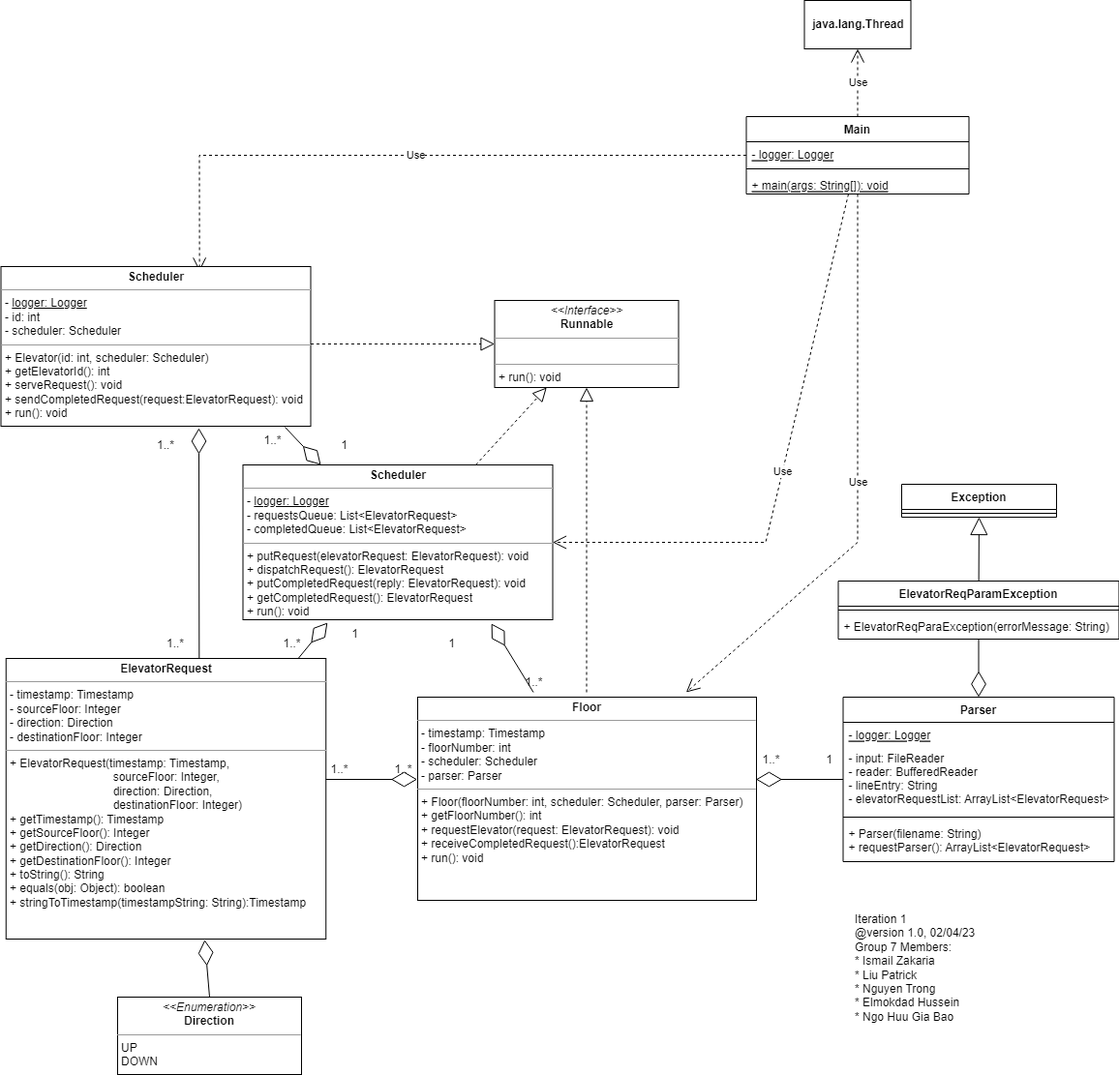
bobbyngo/Elevator-Control-System-And-Simulator keeps this draw.io diagram as documentation/P1-UML-class.drawio.png. Above is the earlier version. Source tidied: cells renumbered, new cells last; positions are measured from the earlier drawing's top-left corner, leaving out a move shared by most shapes.
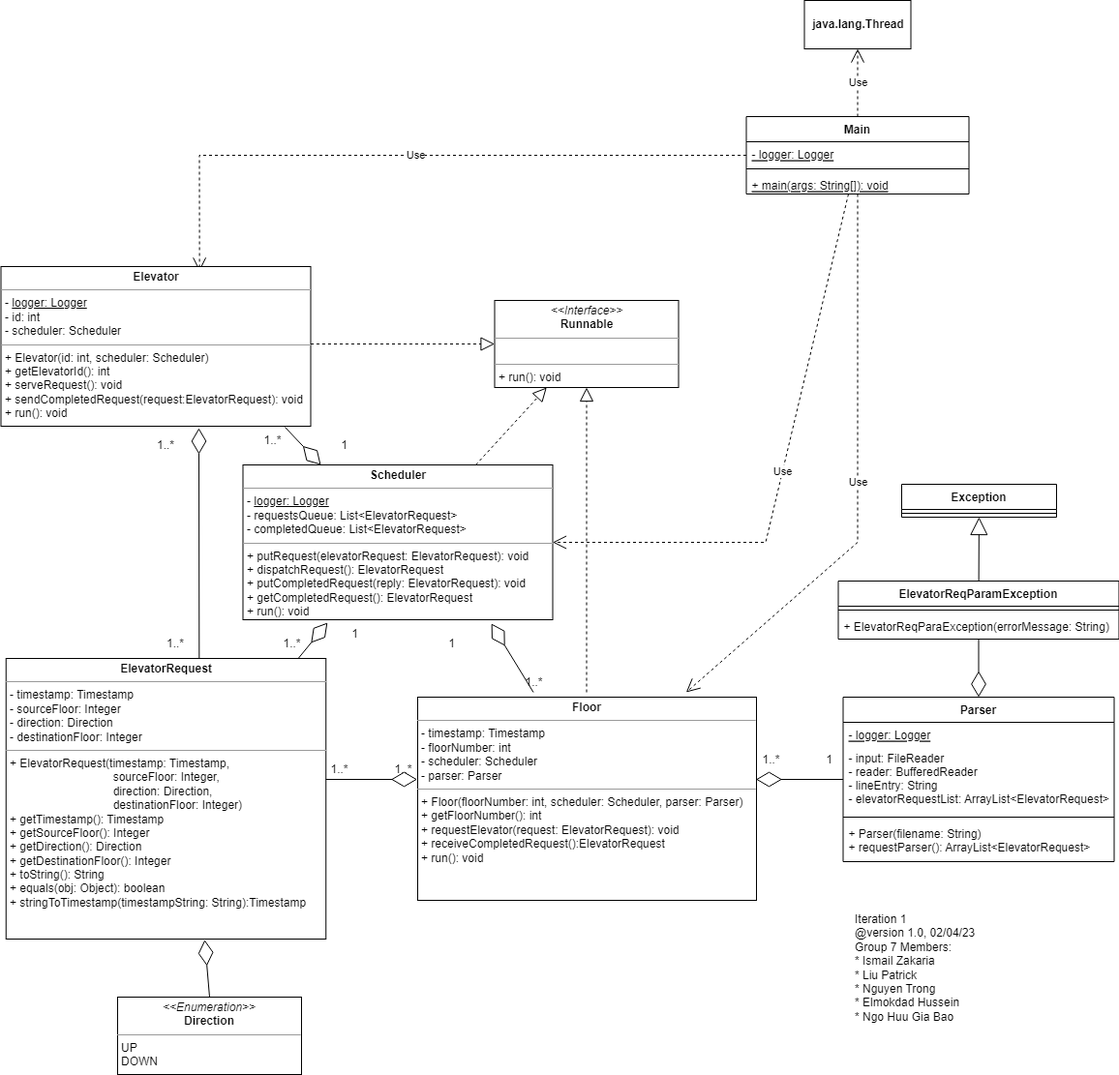
After the change.

Commit message:
update UML class diagram

The edit, as a diff of the source:
```diff
@@ -173,7 +173,7 @@
     <mxCell id="47" value="&lt;p style=&quot;margin:0px;margin-top:4px;text-align:center;&quot;&gt;&lt;b&gt;Scheduler&lt;/b&gt;&lt;br&gt;&lt;/p&gt;&lt;hr size=&quot;1&quot;&gt;&lt;p style=&quot;margin:0px;margin-left:4px;&quot;&gt;- &lt;u&gt;logger: Logger&lt;/u&gt;&lt;br&gt;&lt;/p&gt;&lt;p style=&quot;margin:0px;margin-left:4px;&quot;&gt;- requestsQueue: List&amp;lt;ElevatorRequest&amp;gt;&lt;br&gt;&lt;/p&gt;&lt;p style=&quot;margin:0px;margin-left:4px;&quot;&gt;- completedQueue: List&amp;lt;ElevatorRequest&amp;gt;&lt;br&gt;&lt;/p&gt;&lt;hr size=&quot;1&quot;&gt;&lt;p style=&quot;margin:0px;margin-left:4px;&quot;&gt;+ putRequest(elevatorRequest: ElevatorRequest): void&lt;/p&gt;&lt;p style=&quot;margin:0px;margin-left:4px;&quot;&gt;+ dispatchRequest(): ElevatorRequest&lt;/p&gt;&lt;p style=&quot;margin:0px;margin-left:4px;&quot;&gt;+ putCompletedRequest(reply: ElevatorRequest): void&lt;/p&gt;&lt;p style=&quot;margin:0px;margin-left:4px;&quot;&gt;+ getCompletedRequest(): ElevatorRequest&lt;br style=&quot;border-color: var(--border-color); padding: 0px; margin: 0px;&quot;&gt;+ run(): void&lt;br&gt;&lt;/p&gt;" style="verticalAlign=top;align=left;overflow=fill;fontSize=12;fontFamily=Helvetica;html=1;" parent="1" vertex="1">
       <mxGeometry x="249.5" y="480" width="320" height="160" as="geometry" />
     </mxCell>
-    <mxCell id="48" value="&lt;p style=&quot;margin:0px;margin-top:4px;text-align:center;&quot;&gt;&lt;b&gt;Scheduler&lt;/b&gt;&lt;br&gt;&lt;/p&gt;&lt;hr size=&quot;1&quot;&gt;&lt;p style=&quot;margin:0px;margin-left:4px;&quot;&gt;- &lt;u&gt;logger: Logger&lt;/u&gt;&lt;br&gt;&lt;/p&gt;&lt;p style=&quot;margin:0px;margin-left:4px;&quot;&gt;- id: int&lt;br style=&quot;border-color: var(--border-color); padding: 0px; margin: 0px;&quot;&gt;- scheduler: Scheduler&lt;br&gt;&lt;/p&gt;&lt;hr size=&quot;1&quot;&gt;&lt;p style=&quot;margin:0px;margin-left:4px;&quot;&gt;+ Elevator(id: int, scheduler: Scheduler)&lt;br style=&quot;border-color: var(--border-color); padding: 0px; margin: 0px;&quot;&gt;+ getElevatorId(): int&lt;br style=&quot;border-color: var(--border-color); padding: 0px; margin: 0px;&quot;&gt;+ serveRequest(): void&lt;/p&gt;&lt;p style=&quot;margin:0px;margin-left:4px;&quot;&gt;+ sendCompletedRequest(request:ElevatorRequest): void&lt;br style=&quot;border-color: var(--border-color); padding: 0px; margin: 0px;&quot;&gt;+ run(): void&lt;br&gt;&lt;/p&gt;" style="verticalAlign=top;align=left;overflow=fill;fontSize=12;fontFamily=Helvetica;html=1;" parent="1" vertex="1">
+    <mxCell id="48" value="&lt;p style=&quot;margin:0px;margin-top:4px;text-align:center;&quot;&gt;&lt;b&gt;Elevator&lt;/b&gt;&lt;br&gt;&lt;/p&gt;&lt;hr size=&quot;1&quot;&gt;&lt;p style=&quot;margin:0px;margin-left:4px;&quot;&gt;- &lt;u&gt;logger: Logger&lt;/u&gt;&lt;br&gt;&lt;/p&gt;&lt;p style=&quot;margin:0px;margin-left:4px;&quot;&gt;- id: int&lt;br style=&quot;border-color: var(--border-color); padding: 0px; margin: 0px;&quot;&gt;- scheduler: Scheduler&lt;br&gt;&lt;/p&gt;&lt;hr size=&quot;1&quot;&gt;&lt;p style=&quot;margin:0px;margin-left:4px;&quot;&gt;+ Elevator(id: int, scheduler: Scheduler)&lt;br style=&quot;border-color: var(--border-color); padding: 0px; margin: 0px;&quot;&gt;+ getElevatorId(): int&lt;br style=&quot;border-color: var(--border-color); padding: 0px; margin: 0px;&quot;&gt;+ serveRequest(): void&lt;/p&gt;&lt;p style=&quot;margin:0px;margin-left:4px;&quot;&gt;+ sendCompletedRequest(request:ElevatorRequest): void&lt;br style=&quot;border-color: var(--border-color); padding: 0px; margin: 0px;&quot;&gt;+ run(): void&lt;br&gt;&lt;/p&gt;" style="verticalAlign=top;align=left;overflow=fill;fontSize=12;fontFamily=Helvetica;html=1;" parent="1" vertex="1">
       <mxGeometry x="-0.5" y="275" width="320" height="165" as="geometry" />
     </mxCell>
     <mxCell id="49" value="&lt;p style=&quot;margin:0px;margin-top:4px;text-align:center;&quot;&gt;&lt;b&gt;ElevatorRequest&lt;/b&gt;&lt;br&gt;&lt;/p&gt;&lt;hr size=&quot;1&quot;&gt;&lt;p style=&quot;margin:0px;margin-left:4px;&quot;&gt;- timestamp: Timestamp&lt;br style=&quot;border-color: var(--border-color); padding: 0px; margin: 0px;&quot;&gt;- sourceFloor: Integer&lt;br style=&quot;border-color: var(--border-color); padding: 0px; margin: 0px;&quot;&gt;- direction: Direction&lt;br style=&quot;border-color: var(--border-color); padding: 0px; margin: 0px;&quot;&gt;- destinationFloor: Integer&lt;br&gt;&lt;/p&gt;&lt;hr size=&quot;1&quot;&gt;&lt;p style=&quot;margin:0px;margin-left:4px;&quot;&gt;+ ElevatorRequest(timestamp: Timestamp,&lt;br style=&quot;border-color: var(--border-color); padding: 0px; margin: 0px;&quot;&gt;&amp;nbsp;&amp;nbsp;&amp;nbsp;&amp;nbsp;&amp;nbsp;&amp;nbsp;&amp;nbsp;&amp;nbsp;&amp;nbsp;&amp;nbsp;&amp;nbsp;&amp;nbsp;&amp;nbsp;&amp;nbsp;&amp;nbsp;&amp;nbsp;&amp;nbsp;&amp;nbsp;&amp;nbsp;&amp;nbsp;&amp;nbsp;&amp;nbsp;&amp;nbsp;&amp;nbsp;&amp;nbsp;&amp;nbsp;&amp;nbsp;&amp;nbsp;&amp;nbsp;&amp;nbsp;&amp;nbsp;&amp;nbsp;sourceFloor: Integer,&lt;br style=&quot;border-color: var(--border-color); padding: 0px; margin: 0px;&quot;&gt;&amp;nbsp;&amp;nbsp;&amp;nbsp;&amp;nbsp;&amp;nbsp;&amp;nbsp;&amp;nbsp;&amp;nbsp;&amp;nbsp;&amp;nbsp;&amp;nbsp;&amp;nbsp;&amp;nbsp;&amp;nbsp;&amp;nbsp;&amp;nbsp;&amp;nbsp;&amp;nbsp;&amp;nbsp;&amp;nbsp;&amp;nbsp;&amp;nbsp;&amp;nbsp;&amp;nbsp;&amp;nbsp;&amp;nbsp;&amp;nbsp;&amp;nbsp;&amp;nbsp;&amp;nbsp;&amp;nbsp;&amp;nbsp;direction: Direction,&lt;br style=&quot;border-color: var(--border-color); padding: 0px; margin: 0px;&quot;&gt;&amp;nbsp;&amp;nbsp;&amp;nbsp;&amp;nbsp;&amp;nbsp;&amp;nbsp;&amp;nbsp;&amp;nbsp;&amp;nbsp;&amp;nbsp;&amp;nbsp;&amp;nbsp;&amp;nbsp;&amp;nbsp;&amp;nbsp;&amp;nbsp;&amp;nbsp;&amp;nbsp;&amp;nbsp;&amp;nbsp;&amp;nbsp;&amp;nbsp;&amp;nbsp;&amp;nbsp;&amp;nbsp;&amp;nbsp;&amp;nbsp;&amp;nbsp;&amp;nbsp;&amp;nbsp;&amp;nbsp;&amp;nbsp;destinationFloor: Integer)&lt;br style=&quot;border-color: var(--border-color); padding: 0px; margin: 0px;&quot;&gt;+ getTimestamp(): Timestamp&lt;br style=&quot;border-color: var(--border-color); padding: 0px; margin: 0px;&quot;&gt;+ getSourceFloor(): Integer&lt;br style=&quot;border-color: var(--border-color); padding: 0px; margin: 0px;&quot;&gt;+ getDirection(): Direction&lt;br style=&quot;border-color: var(--border-color); padding: 0px; margin: 0px;&quot;&gt;+ getDestinationFloor(): Integer&lt;br style=&quot;border-color: var(--border-color); padding: 0px; margin: 0px;&quot;&gt;+ toString(): String&lt;br style=&quot;border-color: var(--border-color); padding: 0px; margin: 0px;&quot;&gt;+ equals(obj: Object): boolean&lt;/p&gt;&lt;p style=&quot;margin:0px;margin-left:4px;&quot;&gt;+ stringToTimestamp(timestampString: String):Timestamp&lt;/p&gt;&lt;div style=&quot;border-color: var(--border-color); padding: 0px; margin: 0px;&quot;&gt;&lt;br style=&quot;border-color: var(--border-color); padding: 0px; margin: 0px;&quot;&gt;&lt;/div&gt;" style="verticalAlign=top;align=left;overflow=fill;fontSize=12;fontFamily=Helvetica;html=1;" parent="1" vertex="1">
```
